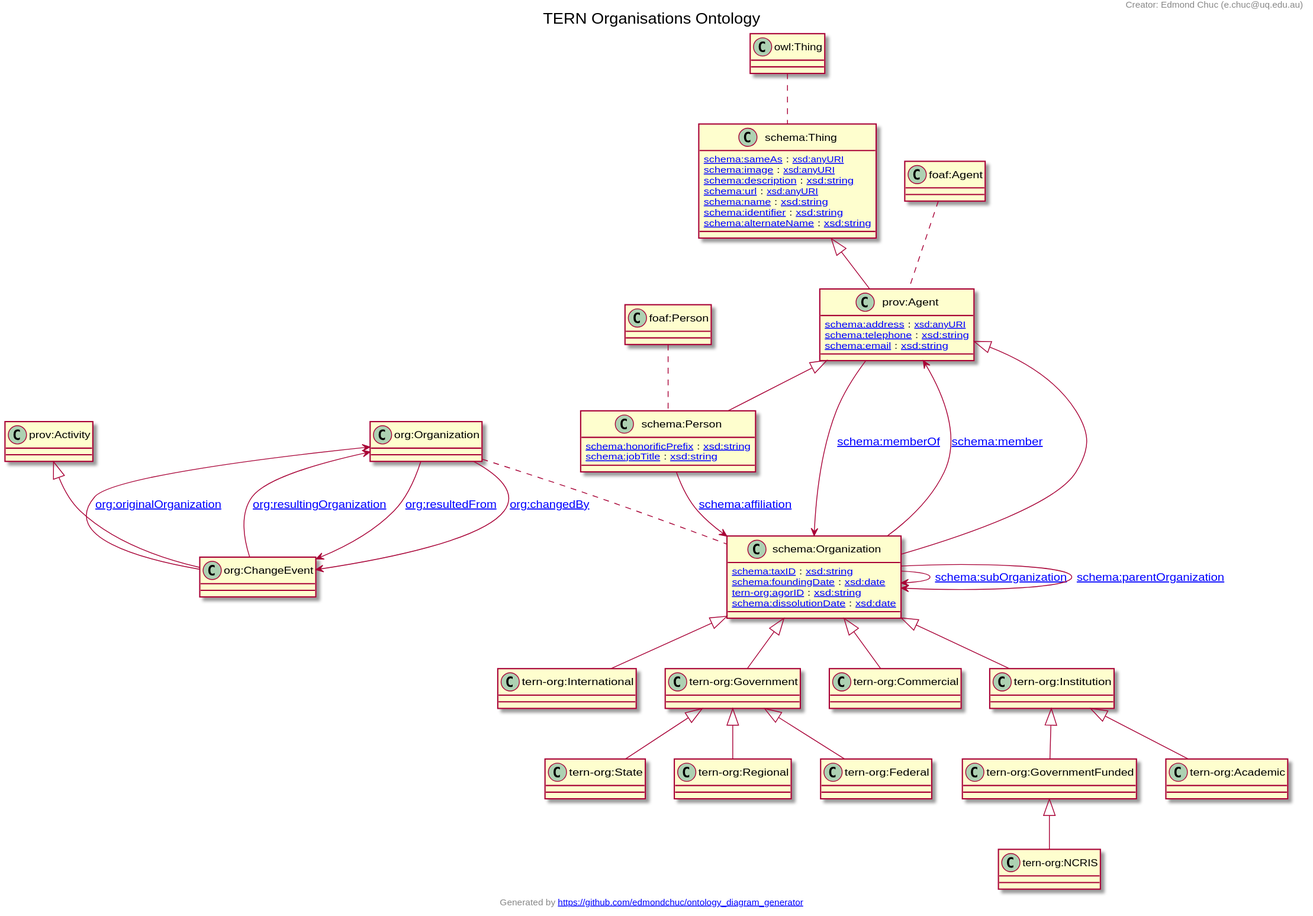
The PlantUML diagram docs/tern-org.ttl.svg in ternaustralia/ontology_tern-org, before a commit.
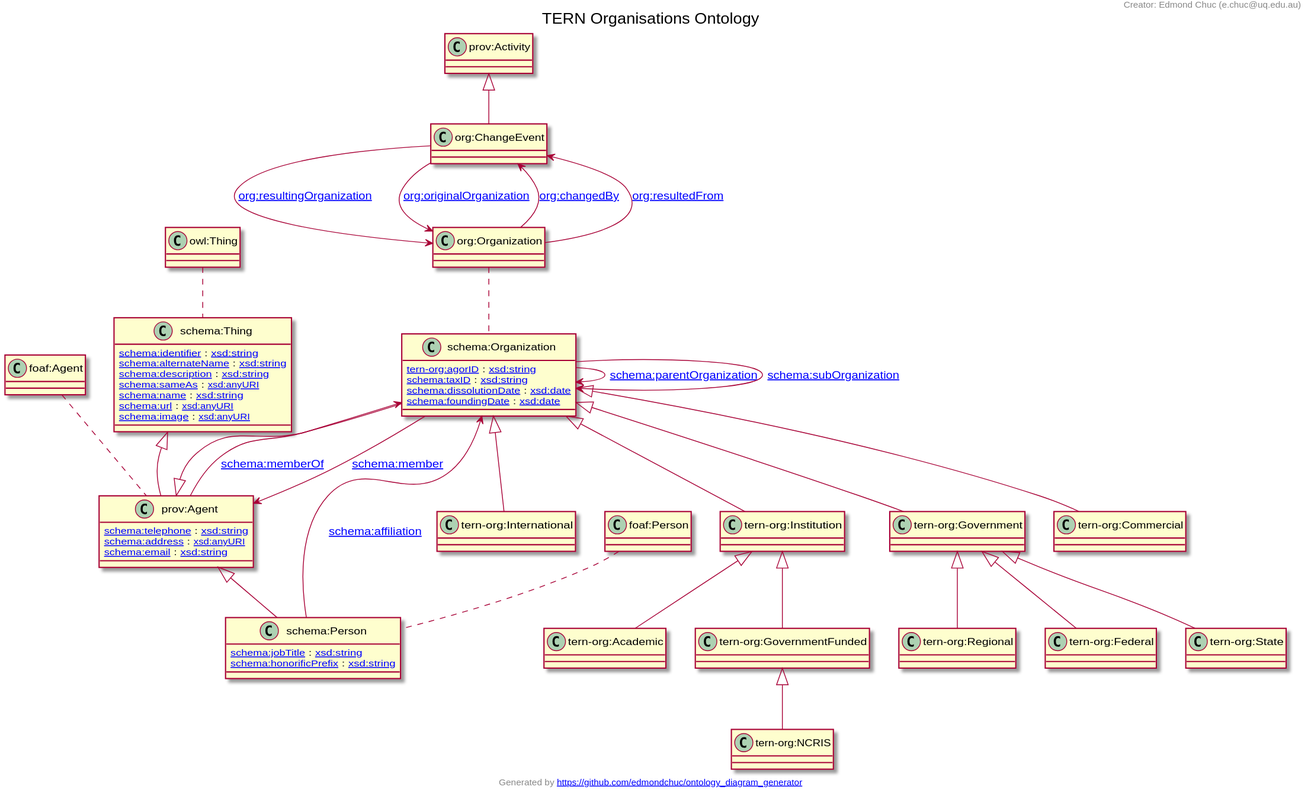
After the commit.

Commit message:
Updated comment line for Government

What changed in the source:
```diff
@@ -1,78 +1,78 @@
 @startuml
 title TERN Organisations Ontology
+"prov:Activity" <|-- "org:ChangeEvent"
+"schema:Organization" <|-- "tern-org:International"
+"tern-org:GovernmentFunded" <|-- "tern-org:NCRIS"
+"tern-org:Government" <|-- "tern-org:State"
+"prov:Agent" <|-- "schema:Organization"
+"tern-org:Government" <|-- "tern-org:Regional"
+"schema:Organization" <|-- "tern-org:Institution"
+"schema:Organization" <|-- "tern-org:Government"
+"schema:Thing" <|-- "prov:Agent"
 "prov:Agent" <|-- "schema:Person"
-"schema:Organization" <|-- "tern-org:International"
+"tern-org:Institution" <|-- "tern-org:Academic"
+"tern-org:Institution" <|-- "tern-org:GovernmentFunded"
 "tern-org:Government" <|-- "tern-org:Federal"
 "schema:Organization" <|-- "tern-org:Commercial"
-"tern-org:Institution" <|-- "tern-org:GovernmentFunded"
-"tern-org:Institution" <|-- "tern-org:Academic"
-"prov:Activity" <|-- "org:ChangeEvent"
-"schema:Organization" <|-- "tern-org:Institution"
-"tern-org:GovernmentFunded" <|-- "tern-org:NCRIS"
-"prov:Agent" <|-- "schema:Organization"
-"schema:Thing" <|-- "prov:Agent"
-"tern-org:Government" <|-- "tern-org:State"
-"schema:Organization" <|-- "tern-org:Government"
-"tern-org:Government" <|-- "tern-org:Regional"
-Class "schema:Person" [[http://schema.org/Person]] {
-[[http://schema.org/honorificPrefix schema:honorificPrefix]] : [[http://www.w3.org/2001/XMLSchema#string xsd:string]]
-[[http://schema.org/jobTitle schema:jobTitle]] : [[http://www.w3.org/2001/XMLSchema#string xsd:string]]
+Class "org:ChangeEvent" [[http://www.w3.org/ns/org#ChangeEvent]] {
 }
 Class "tern-org:International" [[https://w3id.org/tern/ontologies/org/International]] {
+}
+Class "schema:Thing" [[http://schema.org/Thing]] {
+[[http://schema.org/identifier schema:identifier]] : [[http://www.w3.org/2001/XMLSchema#string xsd:string]]
+[[http://schema.org/alternateName schema:alternateName]] : [[http://www.w3.org/2001/XMLSchema#string xsd:string]]
+[[http://schema.org/description schema:description]] : [[http://www.w3.org/2001/XMLSchema#string xsd:string]]
+[[http://schema.org/sameAs schema:sameAs]] : [[http://www.w3.org/2001/XMLSchema#anyURI xsd:anyURI]]
+[[http://schema.org/name schema:name]] : [[http://www.w3.org/2001/XMLSchema#string xsd:string]]
+[[http://schema.org/url schema:url]] : [[http://www.w3.org/2001/XMLSchema#anyURI xsd:anyURI]]
+[[http://schema.org/image schema:image]] : [[http://www.w3.org/2001/XMLSchema#anyURI xsd:anyURI]]
+}
+Class "tern-org:NCRIS" [[https://w3id.org/tern/ontologies/org/NCRIS]] {
+}
+Class "tern-org:State" [[https://w3id.org/tern/ontologies/org/State]] {
+}
+Class "schema:Organization" [[http://schema.org/Organization]] {
+[[https://w3id.org/tern/ontologies/org/agorID tern-org:agorID]] : [[http://www.w3.org/2001/XMLSchema#string xsd:string]]
+[[http://schema.org/taxID schema:taxID]] : [[http://www.w3.org/2001/XMLSchema#string xsd:string]]
+[[http://schema.org/dissolutionDate schema:dissolutionDate]] : [[http://www.w3.org/2001/XMLSchema#date xsd:date]]
+[[http://schema.org/foundingDate schema:foundingDate]] : [[http://www.w3.org/2001/XMLSchema#date xsd:date]]
+}
+Class "tern-org:Regional" [[https://w3id.org/tern/ontologies/org/Regional]] {
+}
+Class "tern-org:Institution" [[https://w3id.org/tern/ontologies/org/Institution]] {
+}
+Class "tern-org:Government" [[https://w3id.org/tern/ontologies/org/Government]] {
+}
+Class "prov:Agent" [[http://www.w3.org/ns/prov#Agent]] {
+[[http://schema.org/telephone schema:telephone]] : [[http://www.w3.org/2001/XMLSchema#string xsd:string]]
+[[http://schema.org/address schema:address]] : [[http://www.w3.org/2001/XMLSchema#anyURI xsd:anyURI]]
+[[http://schema.org/email schema:email]] : [[http://www.w3.org/2001/XMLSchema#string xsd:string]]
+}
+Class "schema:Person" [[http://schema.org/Person]] {
+[[http://schema.org/jobTitle schema:jobTitle]] : [[http://www.w3.org/2001/XMLSchema#string xsd:string]]
+[[http://schema.org/honorificPrefix schema:honorificPrefix]] : [[http://www.w3.org/2001/XMLSchema#string xsd:string]]
+}
+Class "tern-org:Academic" [[https://w3id.org/tern/ontologies/org/Academic]] {
+}
+Class "tern-org:GovernmentFunded" [[https://w3id.org/tern/ontologies/org/GovernmentFunded]] {
 }
 Class "tern-org:Federal" [[https://w3id.org/tern/ontologies/org/Federal]] {
 }
 Class "tern-org:Commercial" [[https://w3id.org/tern/ontologies/org/Commercial]] {
 }
-Class "tern-org:GovernmentFunded" [[https://w3id.org/tern/ontologies/org/GovernmentFunded]] {
-}
-Class "tern-org:Academic" [[https://w3id.org/tern/ontologies/org/Academic]] {
-}
-Class "org:ChangeEvent" [[http://www.w3.org/ns/org#ChangeEvent]] {
-}
-Class "tern-org:Institution" [[https://w3id.org/tern/ontologies/org/Institution]] {
-}
-Class "tern-org:NCRIS" [[https://w3id.org/tern/ontologies/org/NCRIS]] {
-}
-Class "schema:Organization" [[http://schema.org/Organization]] {
-[[http://schema.org/taxID schema:taxID]] : [[http://www.w3.org/2001/XMLSchema#string xsd:string]]
-[[http://schema.org/foundingDate schema:foundingDate]] : [[http://www.w3.org/2001/XMLSchema#date xsd:date]]
-[[https://w3id.org/tern/ontologies/org/agorID tern-org:agorID]] : [[http://www.w3.org/2001/XMLSchema#string xsd:string]]
-[[http://schema.org/dissolutionDate schema:dissolutionDate]] : [[http://www.w3.org/2001/XMLSchema#date xsd:date]]
-}
-Class "schema:Thing" [[http://schema.org/Thing]] {
-[[http://schema.org/sameAs schema:sameAs]] : [[http://www.w3.org/2001/XMLSchema#anyURI xsd:anyURI]]
-[[http://schema.org/image schema:image]] : [[http://www.w3.org/2001/XMLSchema#anyURI xsd:anyURI]]
-[[http://schema.org/description schema:description]] : [[http://www.w3.org/2001/XMLSchema#string xsd:string]]
-[[http://schema.org/url schema:url]] : [[http://www.w3.org/2001/XMLSchema#anyURI xsd:anyURI]]
-[[http://schema.org/name schema:name]] : [[http://www.w3.org/2001/XMLSchema#string xsd:string]]
-[[http://schema.org/identifier schema:identifier]] : [[http://www.w3.org/2001/XMLSchema#string xsd:string]]
-[[http://schema.org/alternateName schema:alternateName]] : [[http://www.w3.org/2001/XMLSchema#string xsd:string]]
-}
-Class "prov:Agent" [[http://www.w3.org/ns/prov#Agent]] {
-[[http://schema.org/address schema:address]] : [[http://www.w3.org/2001/XMLSchema#anyURI xsd:anyURI]]
-[[http://schema.org/telephone schema:telephone]] : [[http://www.w3.org/2001/XMLSchema#string xsd:string]]
-[[http://schema.org/email schema:email]] : [[http://www.w3.org/2001/XMLSchema#string xsd:string]]
-}
-Class "tern-org:State" [[https://w3id.org/tern/ontologies/org/State]] {
-}
-Class "tern-org:Government" [[https://w3id.org/tern/ontologies/org/Government]] {
-}
-Class "tern-org:Regional" [[https://w3id.org/tern/ontologies/org/Regional]] {
-}
-"org:Organization" --> "org:ChangeEvent" : "[[http://www.w3.org/ns/org#resultedFrom org:resultedFrom]]"
-"org:ChangeEvent" --> "org:Organization" : "[[http://www.w3.org/ns/org#originalOrganization org:originalOrganization]]"
-"schema:Organization" --> "schema:Organization" : "[[http://schema.org/subOrganization schema:subOrganization]]"
 "org:Organization" --> "org:ChangeEvent" : "[[http://www.w3.org/ns/org#changedBy org:changedBy]]"
 "org:ChangeEvent" --> "org:Organization" : "[[http://www.w3.org/ns/org#resultingOrganization org:resultingOrganization]]"
+"org:Organization" --> "org:ChangeEvent" : "[[http://www.w3.org/ns/org#resultedFrom org:resultedFrom]]"
+"schema:Organization" --> "schema:Organization" : "[[http://schema.org/parentOrganization schema:parentOrganization]]"
+"schema:Organization" --> "schema:Organization" : "[[http://schema.org/subOrganization schema:subOrganization]]"
 "prov:Agent" --> "schema:Organization" : "[[http://schema.org/memberOf schema:memberOf]]"
 "schema:Organization" --> "prov:Agent" : "[[http://schema.org/member schema:member]]"
-"schema:Organization" --> "schema:Organization" : "[[http://schema.org/parentOrganization schema:parentOrganization]]"
+"org:ChangeEvent" --> "org:Organization" : "[[http://www.w3.org/ns/org#originalOrganization org:originalOrganization]]"
 "schema:Person" --> "schema:Organization" : "[[http://schema.org/affiliation schema:affiliation]]"
+"owl:Thing" .. "schema:Thing"
+"org:Organization" .. "schema:Organization"
+"foaf:Agent" .. "prov:Agent"
 "foaf:Person" .. "schema:Person"
-"org:Organization" .. "schema:Organization"
-"owl:Thing" .. "schema:Thing"
-"foaf:Agent" .. "prov:Agent"
 header
 Creator: Edmond Chuc (e.chuc@uq.edu.au)
 endheader
```
